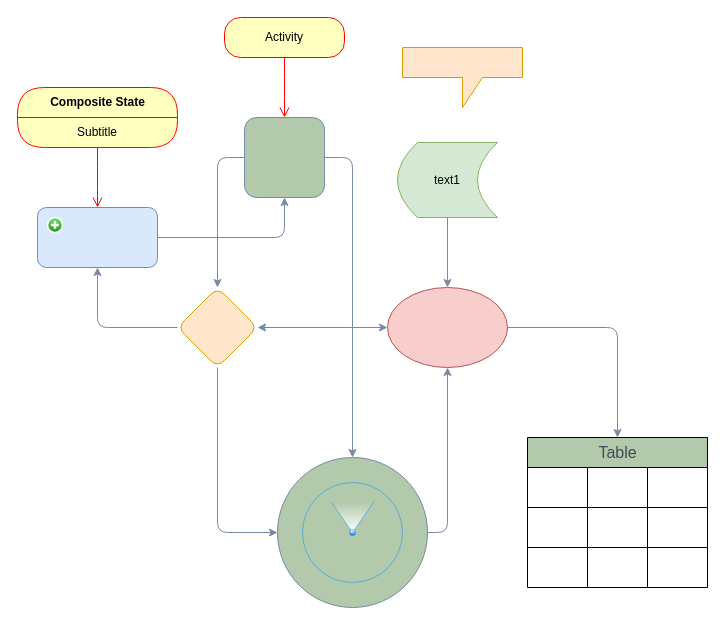
Earlier version of the draw.io diagram Diagramma.drawio (KonstantinS007/PythonProject). Source tidied: cells renumbered, new cells numbered last; positions are measured from the earlier drawing's top-left corner, leaving out a move shared by most shapes. Both pictures are drawn from the tidied source at 100%, with x=0, y=0 at pixel (17, 17).
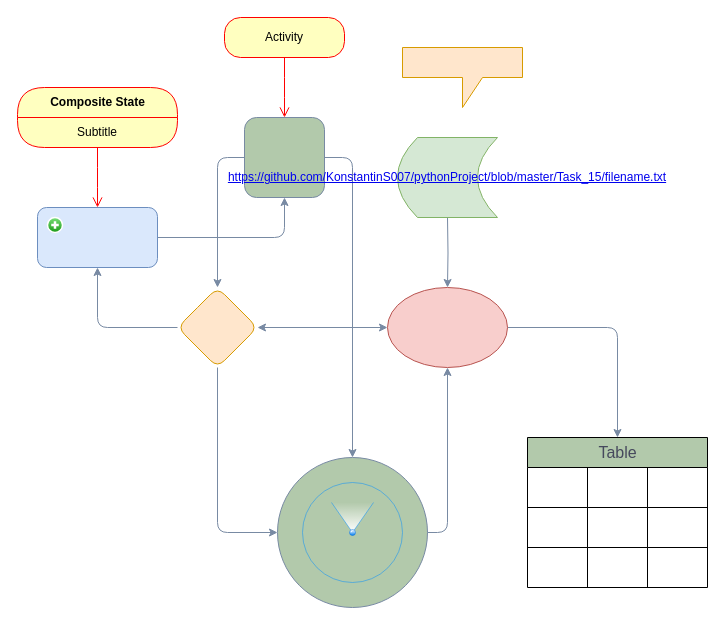
The same page after the edit.

The change refers to these unchanged cells:
```xml
<mxCell id="5" style="ellipse;whiteSpace=wrap;html=1;labelBackgroundColor=none;fillColor=#f8cecc;strokeColor=#b85450;rounded=1;" parent="1" vertex="1">
  <mxGeometry x="370" y="270" width="120" height="80" as="geometry" />
</mxCell>
```

What changed in the source:
```diff
@@
-    <mxCell id="36" style="edgeStyle=orthogonalEdgeStyle;rounded=0;jettySize=auto;html=1;entryX=0.5;entryY=0;entryDx=0;entryDy=0;strokeColor=#788aa3;" parent="1" edge="1" source="37" target="5">
-      <mxGeometry relative="1" as="geometry" />
+    <mxCell id="36" style="edgeStyle=orthogonalEdgeStyle;rounded=0;jettySize=auto;html=1;entryX=0.5;entryY=0;entryDx=0;entryDy=0;strokeColor=#788aa3;" parent="1" edge="1" target="5">
+      <mxGeometry relative="1" as="geometry">
+        <mxPoint x="430" y="200" as="sourcePoint" />
+      </mxGeometry>
     </mxCell>
-    <mxCell id="37" value="text1" style="shape=dataStorage;whiteSpace=wrap;html=1;fixedSize=1;fillColor=#d5e8d4;strokeColor=#82b366;" parent="1" vertex="1">
-      <mxGeometry x="380" y="125" width="100" height="75" as="geometry" />
-    </mxCell>
+    <mxCell id="38" value="&lt;a href=&quot;https://github.com/KonstantinS007/pythonProject/blob/master/Task_15/filename.txt&quot;&gt;https://github.com/KonstantinS007/pythonProject/blob/master/Task_15/filename.txt&lt;/a&gt;" style="shape=dataStorage;whiteSpace=wrap;html=1;fixedSize=1;fillColor=#d5e8d4;strokeColor=#82b366;" parent="1" vertex="1">
+      <mxGeometry x="380" y="120" width="100" height="80" as="geometry" />
+    </mxCell>
```
